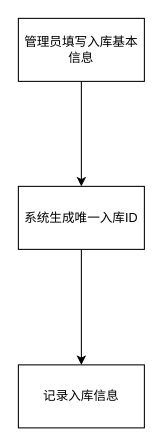
Before: 药品入库流程.drawio in Qingyi1001/repo1, a draw.io diagram. Source tidied: cells renumbered, new cells numbered last; positions are measured from the earlier drawing's top-left corner, leaving out a move shared by most shapes. Both pictures are drawn from the tidied source at 105%, with x=0, y=0 at pixel (18, 18).
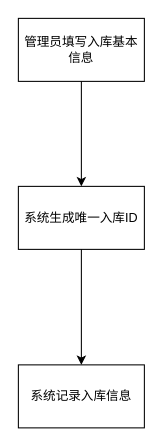
The same diagram, later.

Commit message (it also covers changes not shown here):
更新药品入库流程.drawio

Change to the diagram source:
```diff
@@
 <mxGraphModel>
   <root>
     <mxCell id="0" />
     <mxCell id="1" parent="0" />
     <mxCell id="2" value="管理员填写入库基本信息" style="rounded=0;whiteSpace=wrap;html=1;" parent="1" vertex="1">
       <mxGeometry width="120" height="60" as="geometry" />
     </mxCell>
     <mxCell id="3" value="系统生成唯一入库ID" style="rounded=0;whiteSpace=wrap;html=1;" parent="1" vertex="1">
       <mxGeometry y="160" width="120" height="60" as="geometry" />
     </mxCell>
-    <mxCell id="4" value="记录入库信息" style="rounded=0;whiteSpace=wrap;html=1;" parent="1" vertex="1">
+    <mxCell id="4" value="系统记录入库信息" style="rounded=0;whiteSpace=wrap;html=1;" parent="1" vertex="1">
       <mxGeometry y="330" width="120" height="60" as="geometry" />
     </mxCell>
     <mxCell id="5" style="endArrow=classic;html=1;rounded=0;" parent="1" edge="1" source="2" target="3">
       <mxGeometry relative="1" as="geometry" />
     </mxCell>
     <mxCell id="6" style="endArrow=classic;html=1;rounded=0;" parent="1" edge="1" source="3" target="4">
       <mxGeometry relative="1" as="geometry" />
     </mxCell>
   </root>
 </mxGraphModel>
```
